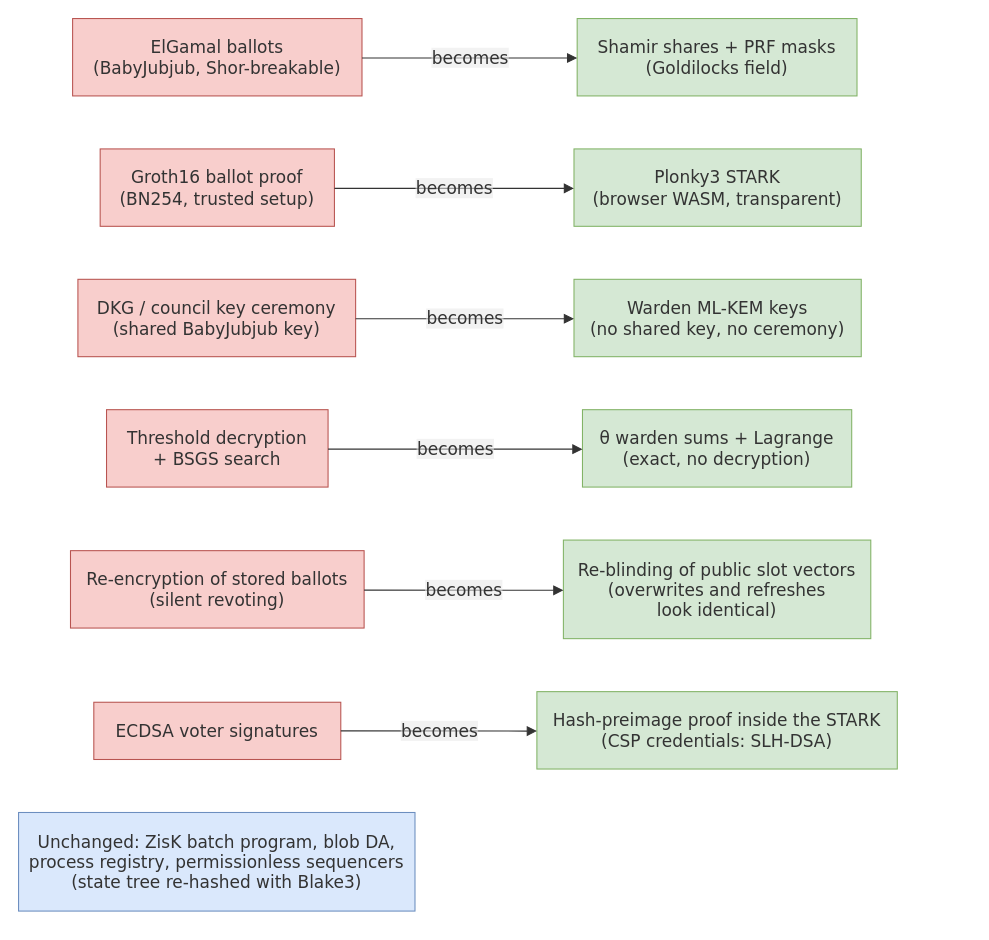
Earlier version of the draw.io diagram v3-pq/figures/src/architecture-delta.drawio (vocdoni/davinci-paper). Source tidied: cells renumbered, new cells numbered last; positions are measured from the earlier drawing's top-left corner, leaving out a move shared by most shapes. Both pictures are drawn from the tidied source at 106%, with x=0, y=0 at pixel (18, 18).
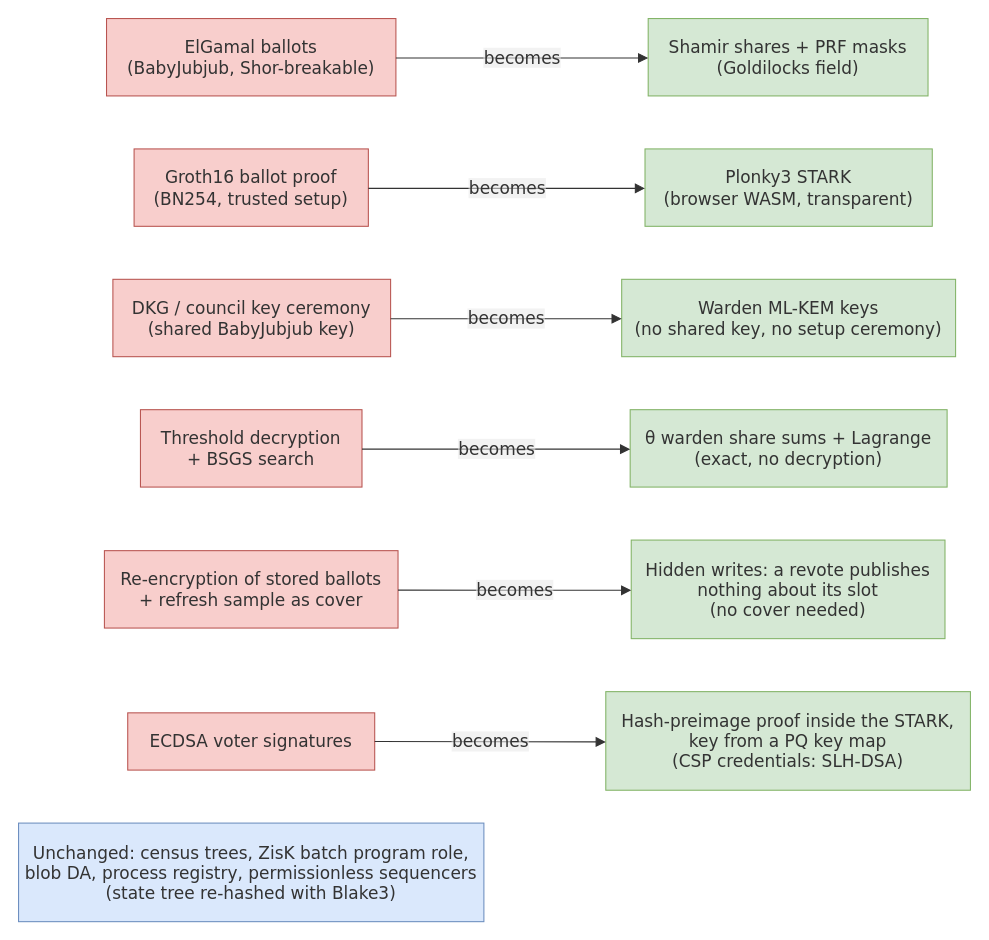
After the change.

What changed in the source:
```diff
@@
     <mxCell id="2" value="ElGamal ballots&#10;(BabyJubjub, Shor-breakable)" style="html=1;whiteSpace=wrap;strokeWidth=1;fillColor=#f8cecc;strokeColor=#b85450;fontColor=light-dark(#333333,#cccccc);fontFamily=Trebuchet MS,Verdana,Arial,sans-serif;fontSize=16;" parent="1" vertex="1">
-      <mxGeometry x="51" width="273" height="73" as="geometry" />
+      <mxGeometry x="83" width="273" height="73" as="geometry" />
     </mxCell>
     <mxCell id="3" value="Shamir shares + PRF masks&#10;(Goldilocks field)" style="html=1;whiteSpace=wrap;strokeWidth=1;fillColor=#d5e8d4;strokeColor=#82b366;fontColor=light-dark(#333333,#cccccc);fontFamily=Trebuchet MS,Verdana,Arial,sans-serif;fontSize=16;" parent="1" vertex="1">
-      <mxGeometry x="527" width="264" height="73" as="geometry" />
+      <mxGeometry x="594" width="264" height="73" as="geometry" />
     </mxCell>
     <mxCell id="4" value="Groth16 ballot proof&#10;(BN254, trusted setup)" style="html=1;whiteSpace=wrap;strokeWidth=1;fillColor=#f8cecc;strokeColor=#b85450;fontColor=light-dark(#333333,#cccccc);fontFamily=Trebuchet MS,Verdana,Arial,sans-serif;fontSize=16;" parent="1" vertex="1">
-      <mxGeometry x="77" y="123" width="221" height="73" as="geometry" />
+      <mxGeometry x="109" y="123" width="221" height="73" as="geometry" />
     </mxCell>
     <mxCell id="5" value="Plonky3 STARK&#10;(browser WASM, transparent)" style="html=1;whiteSpace=wrap;strokeWidth=1;fillColor=#d5e8d4;strokeColor=#82b366;fontColor=light-dark(#333333,#cccccc);fontFamily=Trebuchet MS,Verdana,Arial,sans-serif;fontSize=16;" parent="1" vertex="1">
-      <mxGeometry x="524" y="123" width="271" height="73" as="geometry" />
+      <mxGeometry x="591" y="123" width="271" height="73" as="geometry" />
     </mxCell>
     <mxCell id="6" value="DKG / council key ceremony&#10;(shared BabyJubjub key)" style="html=1;whiteSpace=wrap;strokeWidth=1;fillColor=#f8cecc;strokeColor=#b85450;fontColor=light-dark(#333333,#cccccc);fontFamily=Trebuchet MS,Verdana,Arial,sans-serif;fontSize=16;" parent="1" vertex="1">
-      <mxGeometry x="56" y="246" width="262" height="73" as="geometry" />
+      <mxGeometry x="89" y="246" width="262" height="73" as="geometry" />
     </mxCell>
-    <mxCell id="7" value="Warden ML-KEM keys&#10;(no shared key, no ceremony)" style="html=1;whiteSpace=wrap;strokeWidth=1;fillColor=#d5e8d4;strokeColor=#82b366;fontColor=light-dark(#333333,#cccccc);fontFamily=Trebuchet MS,Verdana,Arial,sans-serif;fontSize=16;" parent="1" vertex="1">
-      <mxGeometry x="524" y="246" width="271" height="73" as="geometry" />
+    <mxCell id="7" value="Warden ML-KEM keys&#10;(no shared key, no setup ceremony)" style="html=1;whiteSpace=wrap;strokeWidth=1;fillColor=#d5e8d4;strokeColor=#82b366;fontColor=light-dark(#333333,#cccccc);fontFamily=Trebuchet MS,Verdana,Arial,sans-serif;fontSize=16;" parent="1" vertex="1">
+      <mxGeometry x="569" y="246" width="315" height="73" as="geometry" />
     </mxCell>
     <mxCell id="8" value="Threshold decryption&#10;+ BSGS search" style="html=1;whiteSpace=wrap;strokeWidth=1;fillColor=#f8cecc;strokeColor=#b85450;fontColor=light-dark(#333333,#cccccc);fontFamily=Trebuchet MS,Verdana,Arial,sans-serif;fontSize=16;" parent="1" vertex="1">
-      <mxGeometry x="83" y="369" width="209" height="73" as="geometry" />
+      <mxGeometry x="115" y="369" width="209" height="73" as="geometry" />
     </mxCell>
-    <mxCell id="9" value="θ warden sums + Lagrange&#10;(exact, no decryption)" style="html=1;whiteSpace=wrap;strokeWidth=1;fillColor=#d5e8d4;strokeColor=#82b366;fontColor=light-dark(#333333,#cccccc);fontFamily=Trebuchet MS,Verdana,Arial,sans-serif;fontSize=16;" parent="1" vertex="1">
-      <mxGeometry x="532" y="369" width="254" height="73" as="geometry" />
+    <mxCell id="9" value="θ warden share sums + Lagrange&#10;(exact, no decryption)" style="html=1;whiteSpace=wrap;strokeWidth=1;fillColor=#d5e8d4;strokeColor=#82b366;fontColor=light-dark(#333333,#cccccc);fontFamily=Trebuchet MS,Verdana,Arial,sans-serif;fontSize=16;" parent="1" vertex="1">
+      <mxGeometry x="577" y="369" width="299" height="73" as="geometry" />
     </mxCell>
-    <mxCell id="10" value="Re-encryption of stored ballots&#10;(silent revoting)" style="html=1;whiteSpace=wrap;strokeWidth=1;fillColor=#f8cecc;strokeColor=#b85450;fontColor=light-dark(#333333,#cccccc);fontFamily=Trebuchet MS,Verdana,Arial,sans-serif;fontSize=16;" parent="1" vertex="1">
-      <mxGeometry x="49" y="502" width="277" height="73" as="geometry" />
+    <mxCell id="10" value="Re-encryption of stored ballots&#10;+ refresh sample as cover" style="html=1;whiteSpace=wrap;strokeWidth=1;fillColor=#f8cecc;strokeColor=#b85450;fontColor=light-dark(#333333,#cccccc);fontFamily=Trebuchet MS,Verdana,Arial,sans-serif;fontSize=16;" parent="1" vertex="1">
+      <mxGeometry x="81" y="502" width="277" height="73" as="geometry" />
     </mxCell>
-    <mxCell id="11" value="Re-blinding of public slot vectors&#10;(overwrites and refreshes&#10;look identical)" style="html=1;whiteSpace=wrap;strokeWidth=1;fillColor=#d5e8d4;strokeColor=#82b366;fontColor=light-dark(#333333,#cccccc);fontFamily=Trebuchet MS,Verdana,Arial,sans-serif;fontSize=16;" parent="1" vertex="1">
-      <mxGeometry x="514" y="492" width="290" height="93" as="geometry" />
+    <mxCell id="11" value="Hidden writes: a revote publishes&#10;nothing about its slot&#10;(no cover needed)" style="html=1;whiteSpace=wrap;strokeWidth=1;fillColor=#d5e8d4;strokeColor=#82b366;fontColor=light-dark(#333333,#cccccc);fontFamily=Trebuchet MS,Verdana,Arial,sans-serif;fontSize=16;" parent="1" vertex="1">
+      <mxGeometry x="578" y="492" width="296" height="93" as="geometry" />
     </mxCell>
     <mxCell id="12" value="ECDSA voter signatures" style="html=1;whiteSpace=wrap;strokeWidth=1;fillColor=#f8cecc;strokeColor=#b85450;fontColor=light-dark(#333333,#cccccc);fontFamily=Trebuchet MS,Verdana,Arial,sans-serif;fontSize=16;" parent="1" vertex="1">
-      <mxGeometry x="71" y="645" width="233" height="54" as="geometry" />
+      <mxGeometry x="103" y="655" width="233" height="54" as="geometry" />
     </mxCell>
-    <mxCell id="13" value="Hash-preimage proof inside the STARK&#10;(CSP credentials: SLH-DSA)" style="html=1;whiteSpace=wrap;strokeWidth=1;fillColor=#d5e8d4;strokeColor=#82b366;fontColor=light-dark(#333333,#cccccc);fontFamily=Trebuchet MS,Verdana,Arial,sans-serif;fontSize=16;" parent="1" vertex="1">
-      <mxGeometry x="489" y="635" width="340" height="73" as="geometry" />
+    <mxCell id="13" value="Hash-preimage proof inside the STARK,&#10;key from a PQ key map&#10;(CSP credentials: SLH-DSA)" style="html=1;whiteSpace=wrap;strokeWidth=1;fillColor=#d5e8d4;strokeColor=#82b366;fontColor=light-dark(#333333,#cccccc);fontFamily=Trebuchet MS,Verdana,Arial,sans-serif;fontSize=16;" parent="1" vertex="1">
+      <mxGeometry x="554" y="635" width="344" height="93" as="geometry" />
     </mxCell>
-    <mxCell id="14" value="Unchanged: ZisK batch program, blob DA,&#10;process registry, permissionless sequencers&#10;(state tree re-hashed with Blake3)" style="html=1;whiteSpace=wrap;strokeWidth=1;fillColor=#dae8fc;strokeColor=#6c8ebf;fontColor=light-dark(#333333,#cccccc);fontFamily=Trebuchet MS,Verdana,Arial,sans-serif;fontSize=16;" parent="1" vertex="1">
-      <mxGeometry y="749" width="374" height="93" as="geometry" />
+    <mxCell id="14" value="Unchanged: census trees, ZisK batch program role,&#10;blob DA, process registry, permissionless sequencers&#10;(state tree re-hashed with Blake3)" style="html=1;whiteSpace=wrap;strokeWidth=1;fillColor=#dae8fc;strokeColor=#6c8ebf;fontColor=light-dark(#333333,#cccccc);fontFamily=Trebuchet MS,Verdana,Arial,sans-serif;fontSize=16;" parent="1" vertex="1">
+      <mxGeometry y="759" width="439" height="93" as="geometry" />
     </mxCell>
```
